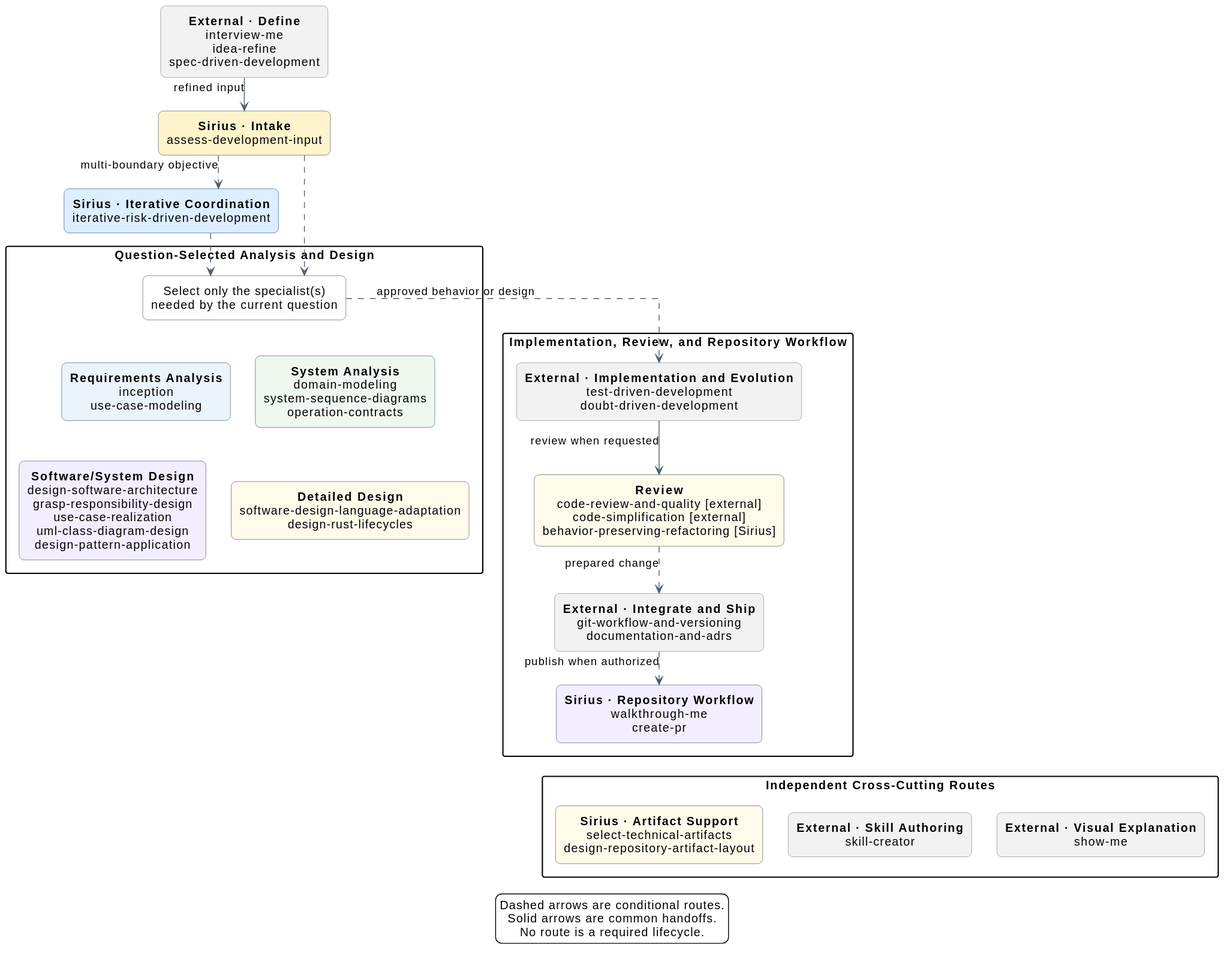
Before: catalog/skill-relationships.svg, a diagram exported from PlantUML (sirius-cc-wu/sirius-skills). The source it was exported from:
```plantuml
@startuml
top to bottom direction

skinparam backgroundColor #FFFFFF
skinparam shadowing false
skinparam packageStyle rectangle
skinparam linetype ortho
skinparam defaultFontName Arial
skinparam defaultTextAlignment center
skinparam ArrowColor #52606D
skinparam nodesep 30
skinparam ranksep 40
hide stereotype
skinparam rectangle {
  BackgroundColor #FFFFFF
  BorderColor #52606D
  RoundCorner 12
}
skinparam rectangle<<external>> {
  BackgroundColor #F2F2F2
  BorderColor #888888
}
skinparam rectangle<<coordinator>> {
  BackgroundColor #DCEEFF
  BorderColor #2F6690
}

rectangle define <<external>> [
**External · Define**
interview-me
idea-refine
spec-driven-development
]
rectangle assess #FFF4CC [
**Sirius · Intake**
assess-development-input
]
rectangle iterative <<coordinator>> [
**Sirius · Iterative Coordination**
iterative-risk-driven-development
]

package "Question-Selected Analysis and Design" as analysis {
  rectangle specialist [
  Select only the specialist(s)
  needed by the current question
  ]
  rectangle requirements #EAF4FB [
  **Requirements Analysis**
  inception
  use-case-modeling
  ]
  rectangle systemAnalysis #EEF8EE [
  **System Analysis**
  domain-modeling
  system-sequence-diagrams
  operation-contracts
  ]
  rectangle softwareDesign #F3EEFF [
  **Software/System Design**
  design-software-architecture
  grasp-responsibility-design
  use-case-realization
  uml-class-diagram-design
  design-pattern-application
  ]
  rectangle detailedDesign #FFFBEA [
  **Detailed Design**
  software-design-language-adaptation
  design-rust-lifecycles
  ]

  specialist -[hidden]down-> requirements
  requirements -[hidden]right-> systemAnalysis
  requirements -[hidden]down-> softwareDesign
  softwareDesign -[hidden]right-> detailedDesign
}

package "Implementation, Review, and Repository Workflow" as delivery {
  rectangle implementation <<external>> [
  **External · Implementation and Evolution**
  test-driven-development
  doubt-driven-development
  ]
  rectangle review #FFFBEA [
  **Review**
  code-review-and-quality [external]
  code-simplification [external]
  behavior-preserving-refactoring [Sirius]
  ]
  rectangle integrate <<external>> [
  **External · Integrate and Ship**
  git-workflow-and-versioning
  documentation-and-adrs
  ]
  rectangle repository #F3EEFF [
  **Sirius · Repository Workflow**
  walkthrough-me
  create-pr
  ]

  implementation --> review : review when requested
  review ..> integrate : prepared change
  integrate ..> repository : publish when authorized
}

package "Independent Cross-Cutting Routes" as crosscutting {
  rectangle support #FFFBEA [
  **Sirius · Artifact Support**
  select-technical-artifacts
  design-repository-artifact-layout
  ]
  rectangle authoring <<external>> [
  **External · Skill Authoring**
  skill-creator
  ]
  rectangle visual <<external>> [
  **External · Visual Explanation**
  show-me
  ]

  support -[hidden]right-> authoring
  authoring -[hidden]right-> visual
}

define --> assess : refined input
assess ..> iterative : multi-boundary objective
assess ..> specialist
iterative ..> specialist
specialist ..> implementation : approved behavior or design
repository -[hidden]down-> support

legend bottom
  Dashed arrows are conditional routes.
  Solid arrows are common handoffs.
  No route is a required lifecycle.
endlegend
@enduml
```
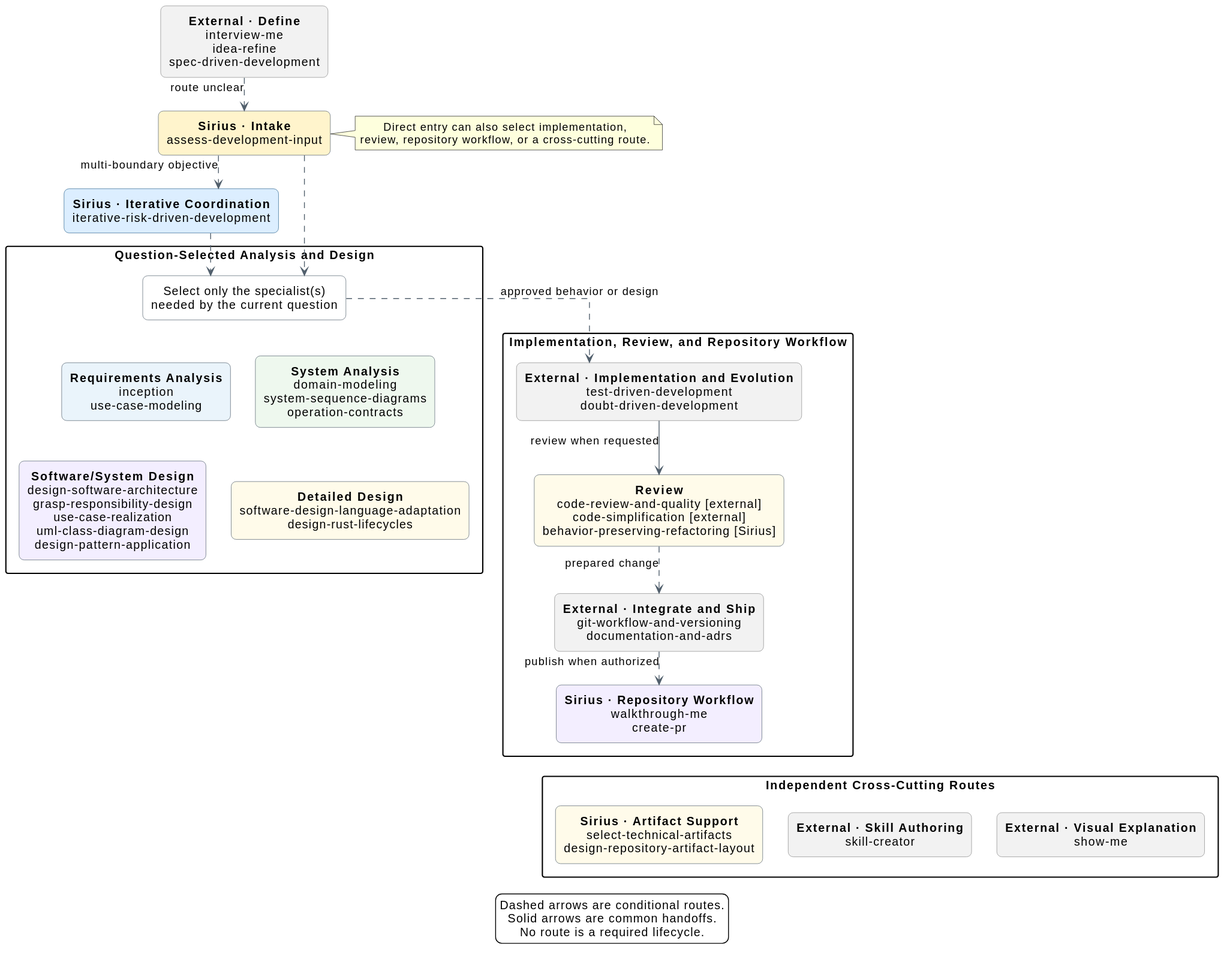
The same file after the commit.

Commit message:
docs: align current skill relationships

Change to the diagram source:
```diff
@@ -39,6 +39,11 @@
 **Sirius · Iterative Coordination**
 iterative-risk-driven-development
 ]
+
+note right of assess
+  Direct entry can also select implementation,
+  review, repository workflow, or a cross-cutting route.
+end note
 
 package "Question-Selected Analysis and Design" as analysis {
   rectangle specialist [
@@ -123,7 +128,7 @@
   authoring -[hidden]right-> visual
 }
 
-define --> assess : refined input
+define ..> assess : route unclear
 assess ..> iterative : multi-boundary objective
 assess ..> specialist
 iterative ..> specialist
```
